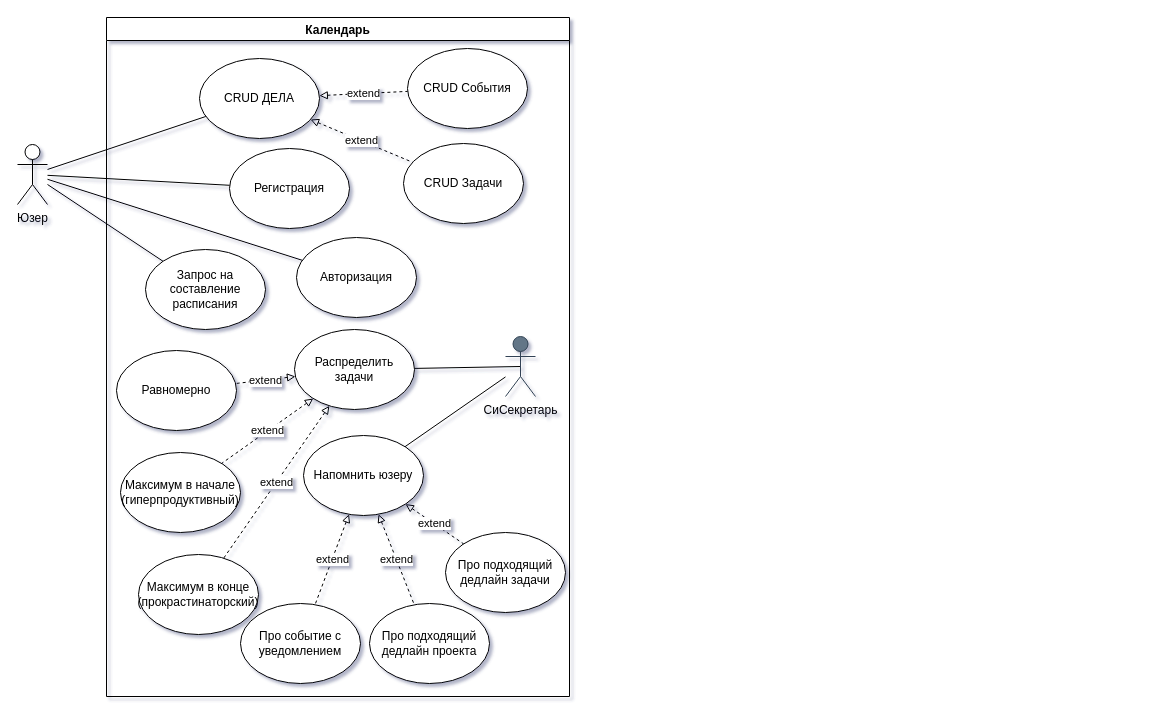
eukuz/ChadWebCalendar keeps this draw.io diagram as ProjFiles/UseCase.drawio. Above is the earlier version. Source tidied: cells renumbered, new cells numbered last; positions are measured from the earlier drawing's top-left corner, leaving out a move shared by most shapes. Both pictures are drawn from the tidied source at 100%, with x=0, y=0 at pixel (17, 17).
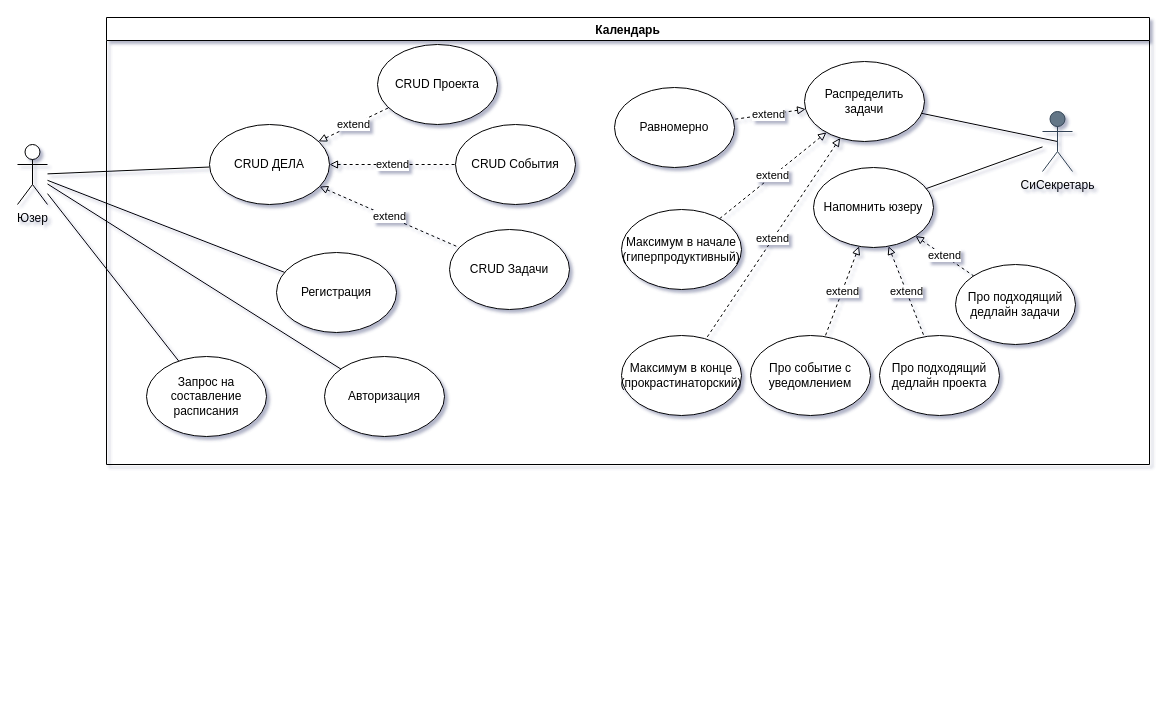
Above is the later version.

Change to the diagram source:
```diff
@@
     <mxCell id="5" value="Календарь" style="swimlane;fontColor=#000000;" parent="1" vertex="1">
-      <mxGeometry x="89" width="463" height="679" as="geometry" />
+      <mxGeometry x="89" width="1043" height="447" as="geometry" />
     </mxCell>
@@
     <mxCell id="7" value="СиСекретарь" style="shape=umlActor;verticalLabelPosition=bottom;verticalAlign=top;html=1;outlineConnect=0;fillColor=#647687;strokeColor=#314354;fontColor=#000000;" parent="5" vertex="1">
-      <mxGeometry x="399" y="319" width="30" height="60" as="geometry" />
+      <mxGeometry x="936" y="94" width="30" height="60" as="geometry" />
     </mxCell>
     <mxCell id="8" value="CRUD События" style="ellipse;whiteSpace=wrap;html=1;" parent="5" vertex="1">
-      <mxGeometry x="301" y="31" width="120" height="80" as="geometry" />
+      <mxGeometry x="349" y="107" width="120" height="80" as="geometry" />
     </mxCell>
     <mxCell id="9" value="&lt;div&gt;CRUD Задачи&lt;/div&gt;" style="ellipse;whiteSpace=wrap;html=1;" parent="5" vertex="1">
-      <mxGeometry x="297" y="126" width="120" height="80" as="geometry" />
+      <mxGeometry x="343" y="212" width="120" height="80" as="geometry" />
     </mxCell>
@@
     <mxCell id="11" value="CRUD ДЕЛА" style="ellipse;whiteSpace=wrap;html=1;" parent="5" vertex="1">
-      <mxGeometry x="93" y="41" width="120" height="80" as="geometry" />
+      <mxGeometry x="103" y="107" width="120" height="80" as="geometry" />
     </mxCell>
     <mxCell id="12" value="Равномерно" style="ellipse;whiteSpace=wrap;html=1;" parent="5" vertex="1">
-      <mxGeometry x="10" y="333" width="120" height="80" as="geometry" />
+      <mxGeometry x="508" y="70" width="120" height="80" as="geometry" />
     </mxCell>
     <mxCell id="13" value="&lt;div&gt;Максимум в начале&lt;/div&gt;&lt;div&gt;(гиперпродуктивный)&lt;br&gt;&lt;span&gt;&lt;span&gt;&lt;/span&gt;&lt;/span&gt;&lt;/div&gt;" style="ellipse;whiteSpace=wrap;html=1;" parent="5" vertex="1">
-      <mxGeometry x="14" y="435" width="120" height="80" as="geometry" />
+      <mxGeometry x="515" y="192" width="120" height="80" as="geometry" />
     </mxCell>
@@
     <mxCell id="15" value="&lt;div&gt;Распределить задачи&lt;/div&gt;" style="ellipse;whiteSpace=wrap;html=1;" parent="5" vertex="1">
-      <mxGeometry x="188" y="312" width="120" height="80" as="geometry" />
+      <mxGeometry x="698" y="44" width="120" height="80" as="geometry" />
     </mxCell>
     <mxCell id="16" value="Максимум в конце (прокрастинаторский)" style="ellipse;whiteSpace=wrap;html=1;" parent="5" vertex="1">
-      <mxGeometry x="32" y="537" width="120" height="80" as="geometry" />
+      <mxGeometry x="515" y="318" width="120" height="80" as="geometry" />
     </mxCell>
@@
     <mxCell id="18" value="&lt;div&gt;Авторизация&lt;/div&gt;" style="ellipse;whiteSpace=wrap;html=1;" parent="5" vertex="1">
-      <mxGeometry x="190" y="220" width="120" height="80" as="geometry" />
+      <mxGeometry x="218" y="339" width="120" height="80" as="geometry" />
     </mxCell>
@@
     <mxCell id="21" value="Напомнить юзеру" style="ellipse;whiteSpace=wrap;html=1;" parent="5" vertex="1">
-      <mxGeometry x="197" y="418" width="120" height="80" as="geometry" />
+      <mxGeometry x="707" y="150" width="120" height="80" as="geometry" />
     </mxCell>
@@
     <mxCell id="23" value="Про событие с уведомлением" style="ellipse;whiteSpace=wrap;html=1;" parent="5" vertex="1">
-      <mxGeometry x="134" y="586" width="120" height="80" as="geometry" />
+      <mxGeometry x="644" y="318" width="120" height="80" as="geometry" />
     </mxCell>
@@
     <mxCell id="25" value="Про подходящий дедлайн задачи" style="ellipse;whiteSpace=wrap;html=1;" parent="5" vertex="1">
-      <mxGeometry x="339" y="515" width="120" height="80" as="geometry" />
+      <mxGeometry x="849" y="247" width="120" height="80" as="geometry" />
     </mxCell>
@@
     <mxCell id="27" value="Регистрация" style="ellipse;whiteSpace=wrap;html=1;" parent="5" vertex="1">
-      <mxGeometry x="123" y="131" width="120" height="80" as="geometry" />
+      <mxGeometry x="170" y="235" width="120" height="80" as="geometry" />
     </mxCell>
     <mxCell id="28" value="Запрос на составление расписания" style="ellipse;whiteSpace=wrap;html=1;" parent="5" vertex="1">
-      <mxGeometry x="39" y="232" width="120" height="80" as="geometry" />
+      <mxGeometry x="40" y="339" width="120" height="80" as="geometry" />
     </mxCell>
     <mxCell id="29" value="Про подходящий дедлайн проекта" style="ellipse;whiteSpace=wrap;html=1;" parent="5" vertex="1">
-      <mxGeometry x="263" y="586" width="120" height="80" as="geometry" />
+      <mxGeometry x="773" y="318" width="120" height="80" as="geometry" />
     </mxCell>
@@
+    <mxCell id="33" value="CRUD Проекта" style="ellipse;whiteSpace=wrap;html=1;" parent="5" vertex="1">
+      <mxGeometry x="271" y="27" width="120" height="80" as="geometry" />
+    </mxCell>
+    <mxCell id="34" value="extend" style="rounded=0;jettySize=auto;html=1;fontColor=#000000;endArrow=none;endFill=0;startArrow=block;startFill=0;dashed=1;" parent="5" edge="1" source="11" target="33">
+      <mxGeometry relative="1" as="geometry" />
+    </mxCell>
```
